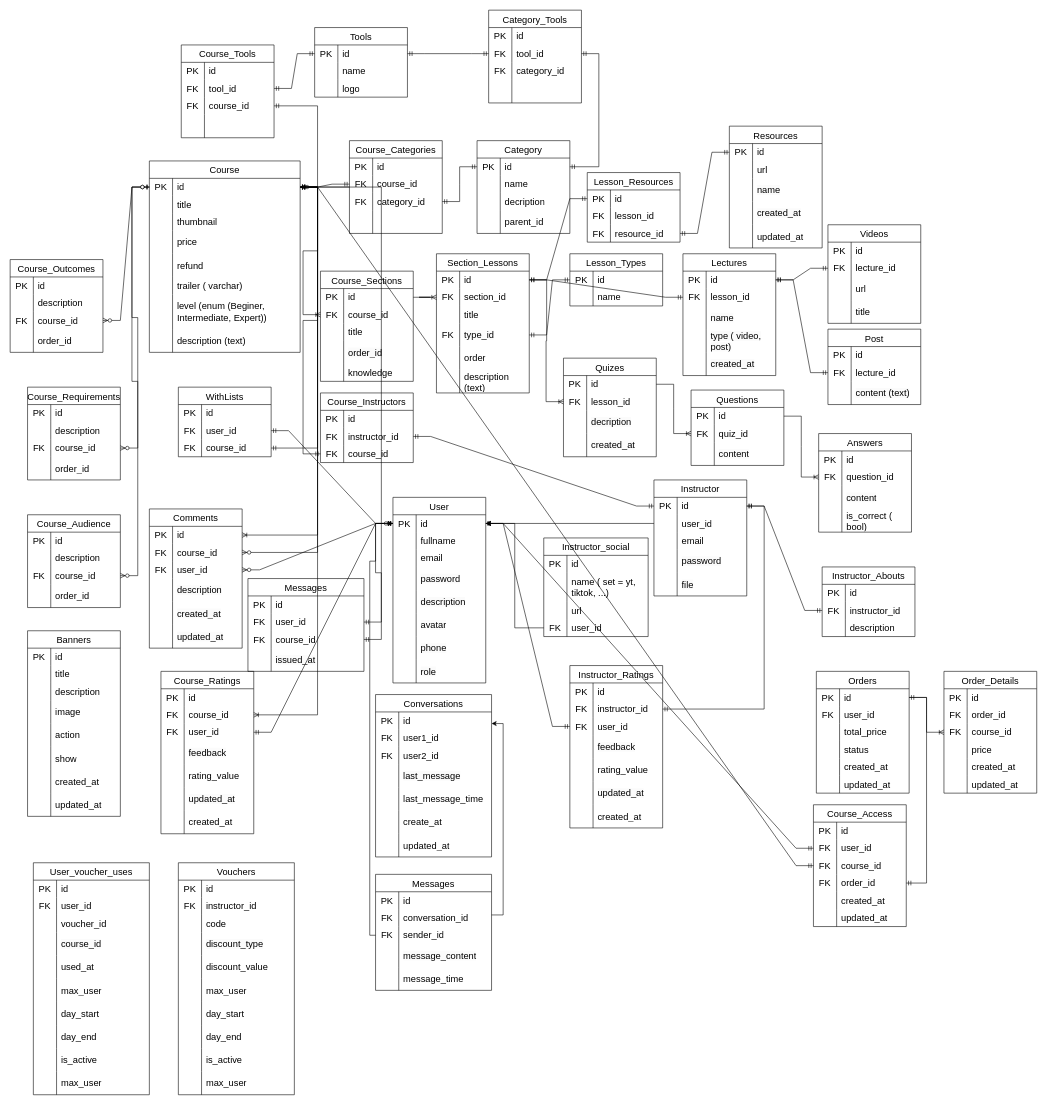
Above: techstudent.drawio in phuc1903/techstudent (draw.io), before the change. Source tidied: cells renumbered, new cells numbered last; positions are measured from the earlier drawing's top-left corner, leaving out a move shared by most shapes. Both pictures are drawn from the tidied source at 58%, with x=0, y=0 at pixel (10, 10).
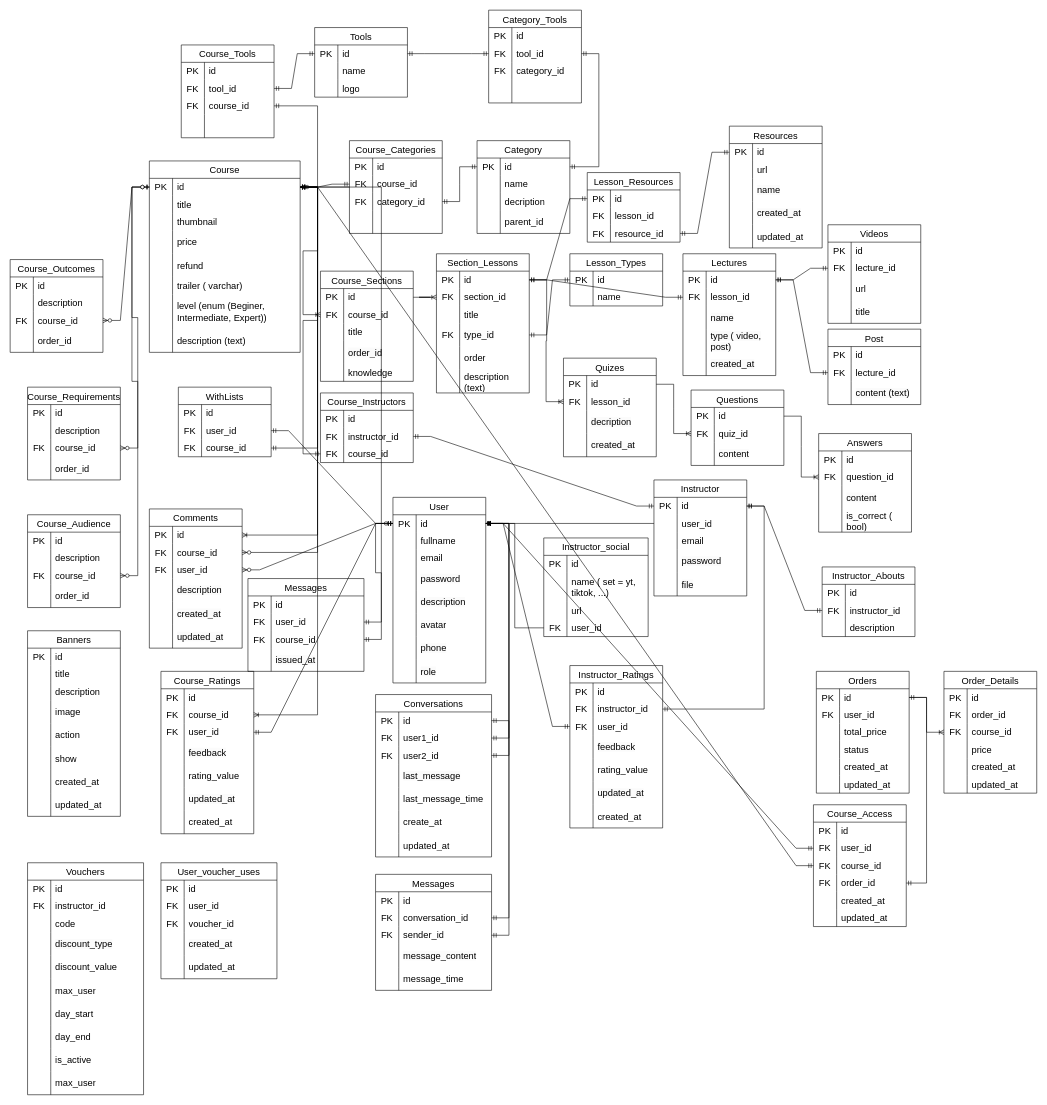
Above is the later version.

Commit message (it also covers changes not shown here):
Cập nhật techstudent.drawio

Unchanged cells that the change refers to:
```xml
<mxCell id="130" style="shape=tableRow;horizontal=0;startSize=0;swimlaneHead=0;swimlaneBody=0;top=0;left=0;bottom=0;right=0;fillColor=none;points=[[0,0.5],[1,0.5]];portConstraint=eastwest;strokeColor=inherit;fontSize=16;" parent="129" vertex="1">
  <mxGeometry y="30" width="160" height="30" as="geometry" />
</mxCell>
<mxCell id="268" style="shape=tableRow;horizontal=0;startSize=0;swimlaneHead=0;swimlaneBody=0;top=0;left=0;bottom=0;right=0;fillColor=none;points=[[0,0.5],[1,0.5]];portConstraint=eastwest;strokeColor=inherit;fontSize=16;" parent="267" vertex="1">
  <mxGeometry y="30" width="200" height="30" as="geometry" />
</mxCell>
<mxCell id="271" style="shape=tableRow;horizontal=0;startSize=0;swimlaneHead=0;swimlaneBody=0;top=0;left=0;bottom=0;right=0;fillColor=none;points=[[0,0.5],[1,0.5]];portConstraint=eastwest;strokeColor=inherit;fontSize=16;" parent="267" vertex="1">
  <mxGeometry y="60" width="200" height="30" as="geometry" />
</mxCell>
<mxCell id="274" style="shape=tableRow;horizontal=0;startSize=0;swimlaneHead=0;swimlaneBody=0;top=0;left=0;bottom=0;right=0;fillColor=none;points=[[0,0.5],[1,0.5]];portConstraint=eastwest;strokeColor=inherit;fontSize=16;" parent="267" vertex="1">
  <mxGeometry y="90" width="200" height="30" as="geometry" />
</mxCell>
<mxCell id="293" style="shape=tableRow;horizontal=0;startSize=0;swimlaneHead=0;swimlaneBody=0;top=0;left=0;bottom=0;right=0;fillColor=none;points=[[0,0.5],[1,0.5]];portConstraint=eastwest;strokeColor=inherit;fontSize=16;" parent="289" vertex="1">
  <mxGeometry y="60" width="200" height="30" as="geometry" />
</mxCell>
<mxCell id="296" style="shape=tableRow;horizontal=0;startSize=0;swimlaneHead=0;swimlaneBody=0;top=0;left=0;bottom=0;right=0;fillColor=none;points=[[0,0.5],[1,0.5]];portConstraint=eastwest;strokeColor=inherit;fontSize=16;" parent="289" vertex="1">
  <mxGeometry y="90" width="200" height="30" as="geometry" />
</mxCell>
<mxCell id="630" style="shape=tableRow;horizontal=0;startSize=0;swimlaneHead=0;swimlaneBody=0;top=0;left=0;bottom=0;right=0;fillColor=none;strokeColor=inherit;fontSize=16;" parent="626" vertex="1">
  <mxGeometry y="60" width="200" height="30" as="geometry" />
</mxCell>
<mxCell id="633" style="shape=tableRow;horizontal=0;startSize=0;swimlaneHead=0;swimlaneBody=0;top=0;left=0;bottom=0;right=0;fillColor=none;strokeColor=inherit;fontSize=16;" parent="626" vertex="1">
  <mxGeometry y="90" width="200" height="30" as="geometry" />
</mxCell>
<mxCell id="636" style="shape=tableRow;horizontal=0;startSize=0;swimlaneHead=0;swimlaneBody=0;top=0;left=0;bottom=0;right=0;fillColor=none;strokeColor=inherit;fontSize=16;" parent="626" vertex="1">
  <mxGeometry y="120" width="200" height="40" as="geometry" />
</mxCell>
<mxCell id="639" style="shape=tableRow;horizontal=0;startSize=0;swimlaneHead=0;swimlaneBody=0;top=0;left=0;bottom=0;right=0;fillColor=none;strokeColor=inherit;fontSize=16;" parent="626" vertex="1">
  <mxGeometry y="160" width="200" height="40" as="geometry" />
</mxCell>
```

What changed in the source:
```diff
@@
-    <mxCell id="305" style="edgeStyle=orthogonalEdgeStyle;rounded=0;jettySize=auto;html=1;" parent="1" edge="1" source="293" target="268">
-      <mxGeometry relative="1" as="geometry">
-        <Array as="points">
-          <mxPoint x="850" y="1560" />
-          <mxPoint x="850" y="1230" />
-        </Array>
-      </mxGeometry>
-    </mxCell>
-    <mxCell id="306" style="edgeStyle=orthogonalEdgeStyle;rounded=0;jettySize=auto;html=1;" parent="1" edge="1" source="296" target="130">
-      <mxGeometry relative="1" as="geometry">
-        <Array as="points">
-          <mxPoint x="620" y="1595" />
-          <mxPoint x="620" y="950" />
-          <mxPoint x="630" y="950" />
-          <mxPoint x="630" y="885" />
-        </Array>
-      </mxGeometry>
-    </mxCell>
@@
     <mxCell id="595" value="Vouchers" style="shape=table;startSize=30;childLayout=tableLayout;rowLines=0;fontStyle=0;strokeColor=default;fontSize=16;" parent="1" vertex="1">
-      <mxGeometry x="290" y="1470" width="200" height="400" as="geometry" />
+      <mxGeometry x="30" y="1470" width="200" height="400" as="geometry" />
     </mxCell>
@@
+    <mxCell id="657" style="edgeStyle=entityRelationEdgeStyle;fontSize=12;html=1;endArrow=ERmandOne;startArrow=ERmandOne;rounded=0;" parent="1" edge="1" source="271" target="130">
+      <mxGeometry relative="1" as="geometry" />
+    </mxCell>
+    <mxCell id="658" style="edgeStyle=entityRelationEdgeStyle;fontSize=12;html=1;endArrow=ERmandOne;startArrow=ERmandOne;rounded=0;" parent="1" edge="1" source="274" target="130">
+      <mxGeometry relative="1" as="geometry" />
+    </mxCell>
+    <mxCell id="306" style="edgeStyle=entityRelationEdgeStyle;fontSize=12;html=1;endArrow=ERmandOne;startArrow=ERmandOne;rounded=0;" parent="1" edge="1" source="296" target="130">
+      <mxGeometry relative="1" as="geometry" />
+    </mxCell>
+    <mxCell id="305" style="edgeStyle=entityRelationEdgeStyle;fontSize=12;html=1;endArrow=ERmandOne;startArrow=ERmandOne;rounded=0;" parent="1" edge="1" source="293" target="268">
+      <mxGeometry relative="1" as="geometry" />
+    </mxCell>
     <mxCell id="626" value="User_voucher_uses" style="shape=table;startSize=30;childLayout=tableLayout;rowLines=0;fontStyle=0;strokeColor=default;fontSize=16;" parent="1" vertex="1">
-      <mxGeometry x="40" y="1470" width="200" height="400" as="geometry" />
+      <mxGeometry x="260" y="1470" width="200" height="200" as="geometry" />
     </mxCell>
@@
-    <mxCell id="631" value="FK" style="shape=partialRectangle;html=1;whiteSpace=wrap;fillColor=none;top=0;left=0;bottom=0;right=0;overflow=hidden;strokeColor=inherit;fontSize=16;" parent="630" vertex="1">
-      <mxGeometry width="40" height="30" as="geometry" />
-    </mxCell>
+    <mxCell id="659" value="FK" style="shape=partialRectangle;html=1;whiteSpace=wrap;fillColor=none;top=0;left=0;bottom=0;right=0;overflow=hidden;strokeColor=inherit;fontSize=16;" parent="630" vertex="1">
+      <mxGeometry width="40" height="30" as="geometry" />
+    </mxCell>
@@
-    <mxCell id="634" style="shape=partialRectangle;html=1;whiteSpace=wrap;fillColor=none;top=0;left=0;bottom=0;right=0;overflow=hidden;strokeColor=inherit;fontSize=16;" parent="633" vertex="1">
-      <mxGeometry width="40" height="30" as="geometry" />
-    </mxCell>
+    <mxCell id="660" value="FK" style="shape=partialRectangle;html=1;whiteSpace=wrap;fillColor=none;top=0;left=0;bottom=0;right=0;overflow=hidden;strokeColor=inherit;fontSize=16;" parent="633" vertex="1">
+      <mxGeometry width="40" height="30" as="geometry" />
+    </mxCell>
@@
-    <mxCell id="637" style="shape=partialRectangle;html=1;whiteSpace=wrap;fillColor=none;top=0;left=0;bottom=0;right=0;overflow=hidden;strokeColor=inherit;fontSize=16;" parent="636" vertex="1">
-      <mxGeometry width="40" height="40" as="geometry" />
-    </mxCell>
-    <mxCell id="638" value="&lt;span style=&quot;color: rgb(0, 0, 0); font-family: Helvetica; font-size: 16px; font-style: normal; font-variant-ligatures: normal; font-variant-caps: normal; font-weight: 400; letter-spacing: normal; orphans: 2; text-align: left; text-indent: 0px; text-transform: none; widows: 2; word-spacing: 0px; -webkit-text-stroke-width: 0px; white-space: normal; background-color: rgb(251, 251, 251); text-decoration-thickness: initial; text-decoration-style: initial; text-decoration-color: initial; display: inline !important; float: none;&quot;&gt;course_id&lt;/span&gt;" style="shape=partialRectangle;html=1;whiteSpace=wrap;fillColor=none;top=0;left=0;bottom=0;right=0;align=left;spacingLeft=6;overflow=hidden;strokeColor=inherit;fontSize=16;" parent="636" vertex="1">
-      <mxGeometry x="40" width="160" height="40" as="geometry" />
-    </mxCell>
+    <mxCell id="661" style="shape=partialRectangle;html=1;whiteSpace=wrap;fillColor=none;top=0;left=0;bottom=0;right=0;overflow=hidden;strokeColor=inherit;fontSize=16;" parent="636" vertex="1">
+      <mxGeometry width="40" height="40" as="geometry" />
+    </mxCell>
+    <mxCell id="662" value="&lt;span style=&quot;color: rgb(0, 0, 0); font-family: Helvetica; font-size: 16px; font-style: normal; font-variant-ligatures: normal; font-variant-caps: normal; font-weight: 400; letter-spacing: normal; orphans: 2; text-align: left; text-indent: 0px; text-transform: none; widows: 2; word-spacing: 0px; -webkit-text-stroke-width: 0px; white-space: normal; background-color: rgb(251, 251, 251); text-decoration-thickness: initial; text-decoration-style: initial; text-decoration-color: initial; display: inline !important; float: none;&quot;&gt;created_at&lt;/span&gt;" style="shape=partialRectangle;html=1;whiteSpace=wrap;fillColor=none;top=0;left=0;bottom=0;right=0;align=left;spacingLeft=6;overflow=hidden;strokeColor=inherit;fontSize=16;" parent="636" vertex="1">
+      <mxGeometry x="40" width="160" height="40" as="geometry" />
+    </mxCell>
@@
-    <mxCell id="640" style="shape=partialRectangle;html=1;whiteSpace=wrap;fillColor=none;top=0;left=0;bottom=0;right=0;overflow=hidden;strokeColor=inherit;fontSize=16;" parent="639" vertex="1">
-      <mxGeometry width="40" height="40" as="geometry" />
-    </mxCell>
-    <mxCell id="641" value="used_at" style="shape=partialRectangle;html=1;whiteSpace=wrap;fillColor=none;top=0;left=0;bottom=0;right=0;align=left;spacingLeft=6;overflow=hidden;strokeColor=inherit;fontSize=16;" parent="639" vertex="1">
-      <mxGeometry x="40" width="160" height="40" as="geometry" />
-    </mxCell>
-    <mxCell id="642" style="shape=tableRow;horizontal=0;startSize=0;swimlaneHead=0;swimlaneBody=0;top=0;left=0;bottom=0;right=0;fillColor=none;strokeColor=inherit;fontSize=16;" parent="626" vertex="1">
-      <mxGeometry y="200" width="200" height="40" as="geometry" />
-    </mxCell>
-    <mxCell id="643" style="shape=partialRectangle;html=1;whiteSpace=wrap;fillColor=none;top=0;left=0;bottom=0;right=0;overflow=hidden;strokeColor=inherit;fontSize=16;" parent="642" vertex="1">
-      <mxGeometry width="40" height="40" as="geometry" />
-    </mxCell>
-    <mxCell id="644" value="max_user" style="shape=partialRectangle;html=1;whiteSpace=wrap;fillColor=none;top=0;left=0;bottom=0;right=0;align=left;spacingLeft=6;overflow=hidden;strokeColor=inherit;fontSize=16;" parent="642" vertex="1">
-      <mxGeometry x="40" width="160" height="40" as="geometry" />
-    </mxCell>
-    <mxCell id="645" style="shape=tableRow;horizontal=0;startSize=0;swimlaneHead=0;swimlaneBody=0;top=0;left=0;bottom=0;right=0;fillColor=none;strokeColor=inherit;fontSize=16;" parent="626" vertex="1">
-      <mxGeometry y="240" width="200" height="40" as="geometry" />
-    </mxCell>
-    <mxCell id="646" style="shape=partialRectangle;html=1;whiteSpace=wrap;fillColor=none;top=0;left=0;bottom=0;right=0;overflow=hidden;strokeColor=inherit;fontSize=16;" parent="645" vertex="1">
-      <mxGeometry width="40" height="40" as="geometry" />
-    </mxCell>
-    <mxCell id="647" value="day_start" style="shape=partialRectangle;html=1;whiteSpace=wrap;fillColor=none;top=0;left=0;bottom=0;right=0;align=left;spacingLeft=6;overflow=hidden;strokeColor=inherit;fontSize=16;" parent="645" vertex="1">
-      <mxGeometry x="40" width="160" height="40" as="geometry" />
-    </mxCell>
-    <mxCell id="648" style="shape=tableRow;horizontal=0;startSize=0;swimlaneHead=0;swimlaneBody=0;top=0;left=0;bottom=0;right=0;fillColor=none;strokeColor=inherit;fontSize=16;" parent="626" vertex="1">
-      <mxGeometry y="280" width="200" height="40" as="geometry" />
-    </mxCell>
-    <mxCell id="649" style="shape=partialRectangle;html=1;whiteSpace=wrap;fillColor=none;top=0;left=0;bottom=0;right=0;overflow=hidden;strokeColor=inherit;fontSize=16;" parent="648" vertex="1">
-      <mxGeometry width="40" height="40" as="geometry" />
-    </mxCell>
-    <mxCell id="650" value="day_end" style="shape=partialRectangle;html=1;whiteSpace=wrap;fillColor=none;top=0;left=0;bottom=0;right=0;align=left;spacingLeft=6;overflow=hidden;strokeColor=inherit;fontSize=16;" parent="648" vertex="1">
-      <mxGeometry x="40" width="160" height="40" as="geometry" />
-    </mxCell>
-    <mxCell id="651" style="shape=tableRow;horizontal=0;startSize=0;swimlaneHead=0;swimlaneBody=0;top=0;left=0;bottom=0;right=0;fillColor=none;strokeColor=inherit;fontSize=16;" parent="626" vertex="1">
-      <mxGeometry y="320" width="200" height="40" as="geometry" />
-    </mxCell>
-    <mxCell id="652" style="shape=partialRectangle;html=1;whiteSpace=wrap;fillColor=none;top=0;left=0;bottom=0;right=0;overflow=hidden;strokeColor=inherit;fontSize=16;" parent="651" vertex="1">
-      <mxGeometry width="40" height="40" as="geometry" />
-    </mxCell>
-    <mxCell id="653" value="is_active" style="shape=partialRectangle;html=1;whiteSpace=wrap;fillColor=none;top=0;left=0;bottom=0;right=0;align=left;spacingLeft=6;overflow=hidden;strokeColor=inherit;fontSize=16;" parent="651" vertex="1">
-      <mxGeometry x="40" width="160" height="40" as="geometry" />
-    </mxCell>
-    <mxCell id="654" style="shape=tableRow;horizontal=0;startSize=0;swimlaneHead=0;swimlaneBody=0;top=0;left=0;bottom=0;right=0;fillColor=none;strokeColor=inherit;fontSize=16;" parent="626" vertex="1">
-      <mxGeometry y="360" width="200" height="40" as="geometry" />
-    </mxCell>
-    <mxCell id="655" style="shape=partialRectangle;html=1;whiteSpace=wrap;fillColor=none;top=0;left=0;bottom=0;right=0;overflow=hidden;strokeColor=inherit;fontSize=16;" parent="654" vertex="1">
-      <mxGeometry width="40" height="40" as="geometry" />
-    </mxCell>
-    <mxCell id="656" value="max_user" style="shape=partialRectangle;html=1;whiteSpace=wrap;fillColor=none;top=0;left=0;bottom=0;right=0;align=left;spacingLeft=6;overflow=hidden;strokeColor=inherit;fontSize=16;" parent="654" vertex="1">
-      <mxGeometry x="40" width="160" height="40" as="geometry" />
-    </mxCell>
+    <mxCell id="663" style="shape=partialRectangle;html=1;whiteSpace=wrap;fillColor=none;top=0;left=0;bottom=0;right=0;overflow=hidden;strokeColor=inherit;fontSize=16;" parent="639" vertex="1">
+      <mxGeometry width="40" height="40" as="geometry" />
+    </mxCell>
+    <mxCell id="664" value="updated_at" style="shape=partialRectangle;html=1;whiteSpace=wrap;fillColor=none;top=0;left=0;bottom=0;right=0;align=left;spacingLeft=6;overflow=hidden;strokeColor=inherit;fontSize=16;" parent="639" vertex="1">
+      <mxGeometry x="40" width="160" height="40" as="geometry" />
+    </mxCell>
```
